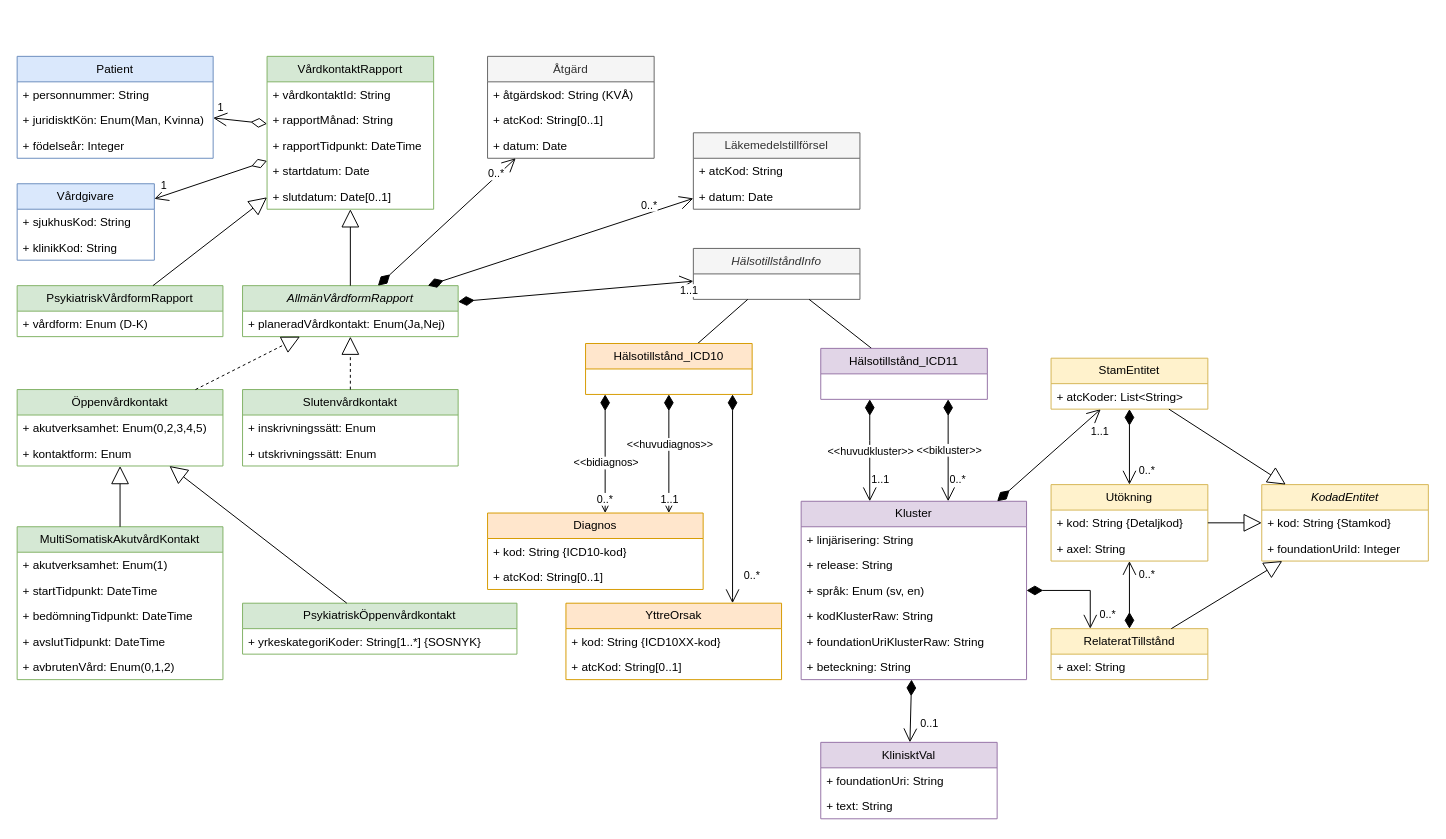
Above: page "Liggande 0.2" (2 of 4) of Klassmodell ICD11.drawio in bhagqvist-consid/ICD11 (draw.io), before the change. Source tidied: cells renumbered, new cells numbered last; positions are measured from the earlier drawing's top-left corner, leaving out a move shared by most shapes. Both pictures are drawn from the tidied source at 98%, with x=0, y=0 at pixel (17, 56).
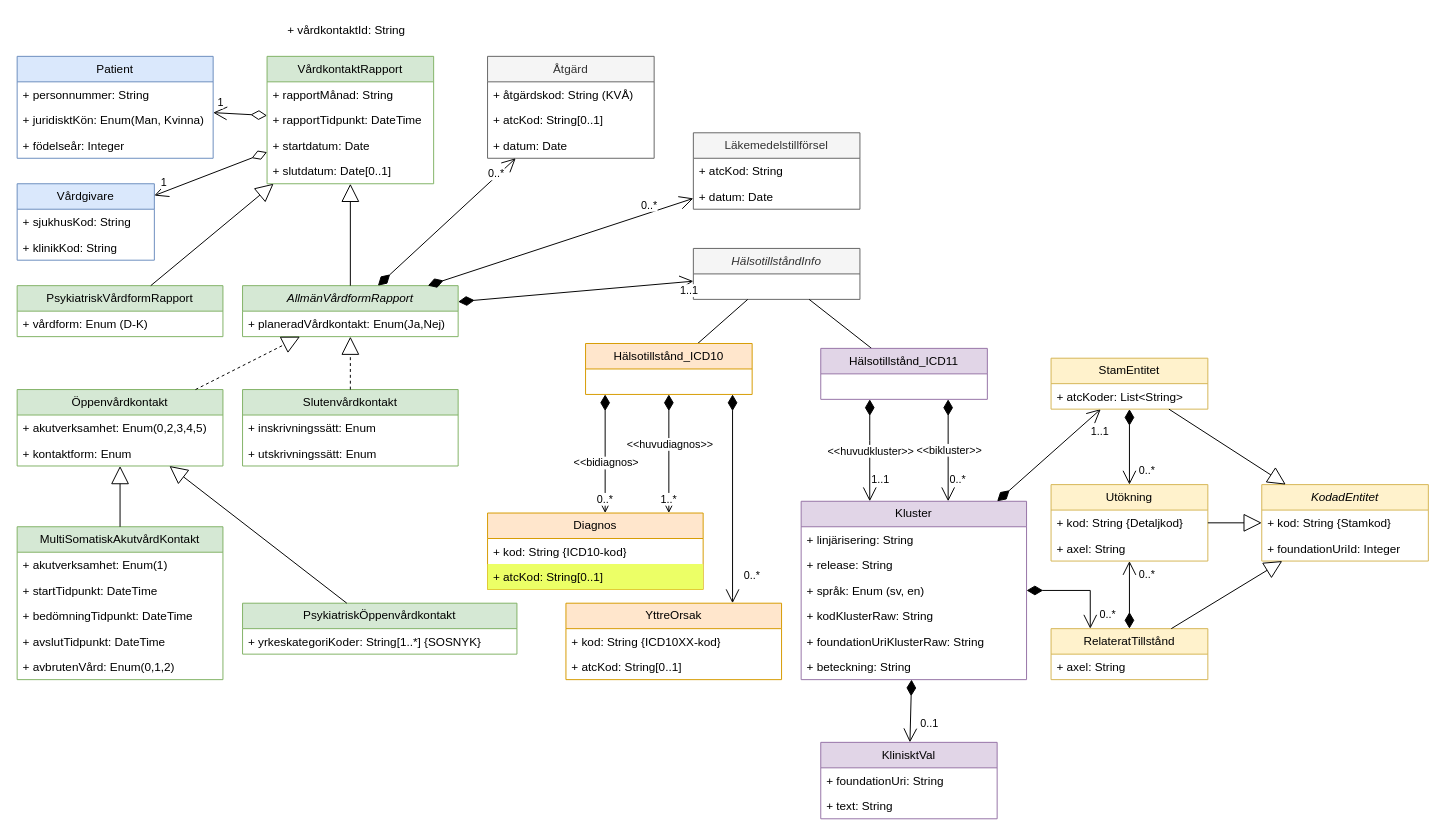
The same page after the edit.

The change refers to these unchanged cells:
```xml
<mxCell id="30" value="Diagnos" style="swimlane;fontStyle=0;horizontal=1;startSize=26;fillColor=#ffe6cc;whiteSpace=wrap;html=1;strokeColor=#d79b00;gradientColor=none;swimlaneFillColor=none;" parent="1" vertex="1">
  <mxGeometry x="480" y="466" width="220" height="78" as="geometry" />
</mxCell>
<mxCell id="72" value="&lt;span&gt;Hälsotillstånd_ICD10&lt;/span&gt;" style="swimlane;fontStyle=0;horizontal=1;startSize=26;fillColor=#ffe6cc;whiteSpace=wrap;html=1;strokeColor=#d79b00;gradientColor=none;swimlaneFillColor=none;" parent="1" vertex="1">
  <mxGeometry x="580" y="293" width="170" height="52" as="geometry" />
</mxCell>
```

Diff of the diagram source:
```diff
@@
     <mxCell id="2" value="&lt;span style=&quot;font-style: normal;&quot;&gt;VårdkontaktRapport&lt;/span&gt;" style="swimlane;fontStyle=2;horizontal=1;startSize=26;fillColor=#d5e8d4;whiteSpace=wrap;html=1;strokeColor=#82b366;" parent="1" vertex="1">
-      <mxGeometry x="255" width="170" height="156" as="geometry" />
+      <mxGeometry x="255" width="170" height="130" as="geometry" />
     </mxCell>
-    <mxCell id="3" value="+ vårdkontaktId: String" style="text;strokeColor=none;fillColor=none;align=left;verticalAlign=top;spacingLeft=4;spacingRight=4;overflow=hidden;whiteSpace=wrap;html=1;" parent="2" vertex="1">
-      <mxGeometry y="26" width="170" height="26" as="geometry" />
-    </mxCell>
     <mxCell id="4" value="+ rapportMånad: String" style="text;strokeColor=none;fillColor=none;align=left;verticalAlign=top;spacingLeft=4;spacingRight=4;overflow=hidden;whiteSpace=wrap;html=1;" parent="2" vertex="1">
-      <mxGeometry y="52" width="170" height="26" as="geometry" />
+      <mxGeometry y="26" width="170" height="26" as="geometry" />
     </mxCell>
     <mxCell id="5" value="+ rapportTidpunkt: DateTime" style="text;strokeColor=none;fillColor=none;align=left;verticalAlign=top;spacingLeft=4;spacingRight=4;overflow=hidden;whiteSpace=wrap;html=1;" parent="2" vertex="1">
-      <mxGeometry y="78" width="170" height="26" as="geometry" />
+      <mxGeometry y="52" width="170" height="26" as="geometry" />
     </mxCell>
     <mxCell id="6" value="+ startdatum: Date" style="text;strokeColor=none;fillColor=none;align=left;verticalAlign=top;spacingLeft=4;spacingRight=4;overflow=hidden;whiteSpace=wrap;html=1;" parent="2" vertex="1">
-      <mxGeometry y="104" width="170" height="26" as="geometry" />
+      <mxGeometry y="78" width="170" height="26" as="geometry" />
     </mxCell>
     <mxCell id="7" value="+ slutdatum: Date[0..1]" style="text;strokeColor=none;fillColor=none;align=left;verticalAlign=top;spacingLeft=4;spacingRight=4;overflow=hidden;whiteSpace=wrap;html=1;" parent="2" vertex="1">
-      <mxGeometry y="130" width="170" height="26" as="geometry" />
+      <mxGeometry y="104" width="170" height="26" as="geometry" />
     </mxCell>
@@
-    <mxCell id="32" value="+ atcKod: String[0..1]" style="text;strokeColor=none;fillColor=none;align=left;verticalAlign=top;spacingLeft=4;spacingRight=4;overflow=hidden;whiteSpace=wrap;html=1;" parent="30" vertex="1">
+    <mxCell id="32" value="+ atcKod: String[0..1]" style="text;strokeColor=none;fillColor=#ECFF66;align=left;verticalAlign=top;spacingLeft=4;spacingRight=4;overflow=hidden;whiteSpace=wrap;html=1;" parent="30" vertex="1">
       <mxGeometry y="52" width="220" height="26" as="geometry" />
     </mxCell>
@@
-    <mxCell id="73" value="1..1" style="endArrow=open;html=1;endSize=12;startArrow=diamondThin;startSize=14;startFill=1;align=left;verticalAlign=bottom;rounded=0;edgeStyle=orthogonalEdgeStyle;" parent="1" edge="1" source="72" target="30">
+    <mxCell id="73" value="1..*" style="endArrow=open;html=1;endSize=12;startArrow=diamondThin;startSize=14;startFill=1;align=left;verticalAlign=bottom;rounded=0;edgeStyle=orthogonalEdgeStyle;" parent="1" edge="1" source="72" target="30">
       <mxGeometry x="0.91" y="-10" relative="1" as="geometry">
         <Array as="points">
           <mxPoint x="605" y="482" />
           <mxPoint x="605" y="482" />
         </Array>
       </mxGeometry>
     </mxCell>
@@
+    <mxCell id="3" value="+ vårdkontaktId: String" style="text;strokeColor=none;fillColor=none;align=left;verticalAlign=top;spacingLeft=4;spacingRight=4;overflow=hidden;whiteSpace=wrap;html=1;" parent="1" vertex="1">
+      <mxGeometry x="270" y="-40" width="170" height="26" as="geometry" />
+    </mxCell>
```
